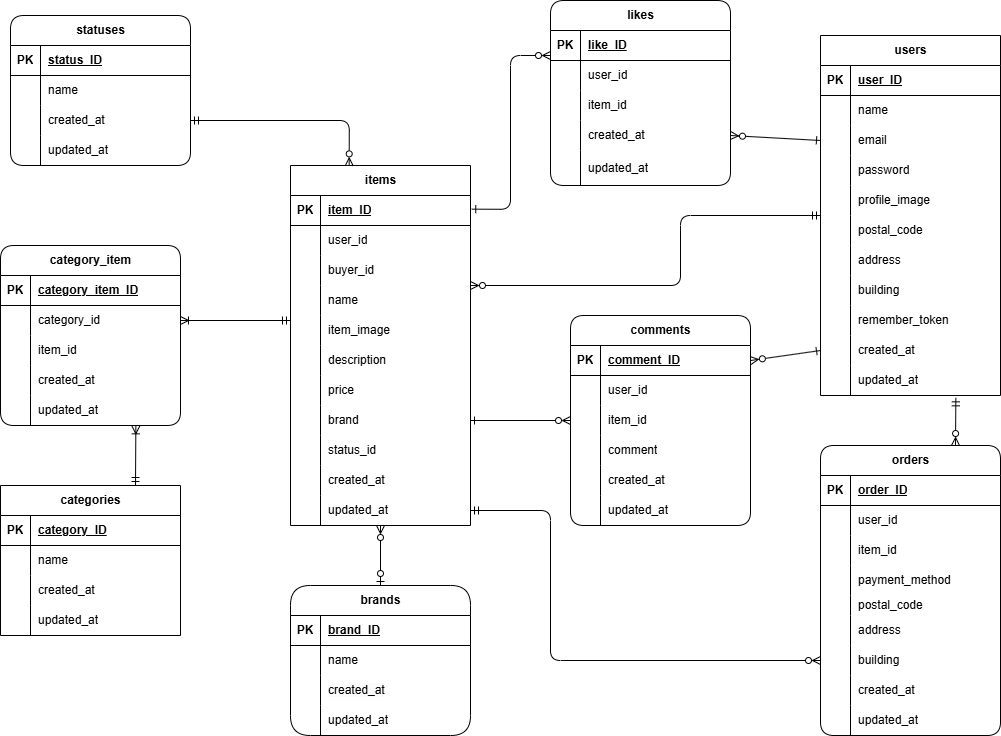
Earlier version of the draw.io export readme-assets/table.drawio.png (yoki229/COACHTECHfurima). Source tidied: cells renumbered, new cells last; positions are measured from the earlier drawing's top-left corner, leaving out a move shared by most shapes.
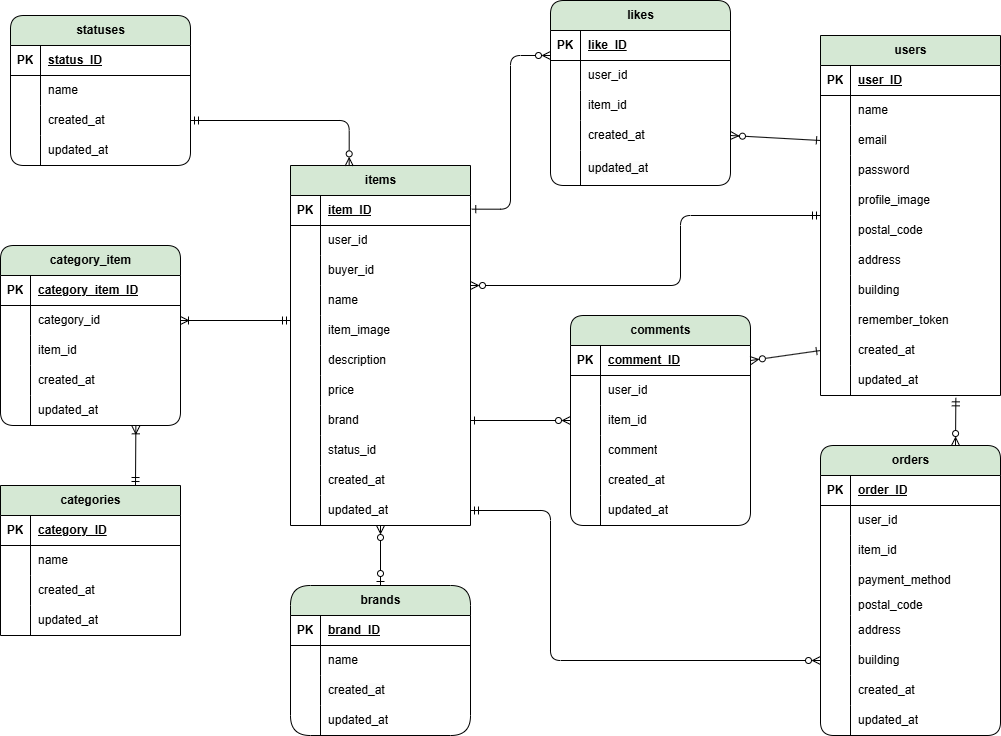
After the commit.

Commit message:
ER図整えました

The edit, as a diff of the source:
```diff
@@ -2,7 +2,7 @@
   <root>
     <mxCell id="0" />
     <mxCell id="1" parent="0" />
-    <mxCell id="2" value="users" style="shape=table;startSize=30;rowLines=0;fontStyle=1;align=center;html=1;" parent="1" vertex="1">
+    <mxCell id="2" value="users" style="shape=table;startSize=30;rowLines=0;fontStyle=1;align=center;html=1;fillColor=#d5e8d4;strokeColor=#000000;" parent="1" vertex="1">
       <mxGeometry x="820" y="35" width="180" height="360" as="geometry" />
     </mxCell>
     <mxCell id="3" style="shape=tableRow;horizontal=0;startSize=0;swimlaneHead=0;swimlaneBody=0;fillColor=none;top=0;left=0;right=0;bottom=1;" parent="2" vertex="1">
@@ -104,7 +104,7 @@
     <mxCell id="35" value="updated_at" style="shape=partialRectangle;fillColor=none;top=0;left=0;bottom=0;right=0;align=left;spacingLeft=6;overflow=hidden;whiteSpace=wrap;html=1;" parent="33" vertex="1">
       <mxGeometry x="30" width="150" height="30" as="geometry" />
     </mxCell>
-    <mxCell id="36" value="items" style="shape=table;startSize=30;rowLines=0;fontStyle=1;align=center;html=1;rounded=0;fillColor=default;" parent="1" vertex="1">
+    <mxCell id="36" value="items" style="shape=table;startSize=30;rowLines=0;fontStyle=1;align=center;html=1;rounded=0;fillColor=#d5e8d4;strokeColor=#000000;" parent="1" vertex="1">
       <mxGeometry x="290" y="165" width="180" height="360" as="geometry" />
     </mxCell>
     <mxCell id="37" style="shape=tableRow;horizontal=0;startSize=0;swimlaneHead=0;swimlaneBody=0;fillColor=none;top=0;left=0;right=0;bottom=1;" parent="36" vertex="1">
@@ -206,7 +206,7 @@
     <mxCell id="69" value="updated_at" style="shape=partialRectangle;fillColor=none;top=0;left=0;bottom=0;right=0;align=left;spacingLeft=6;overflow=hidden;whiteSpace=wrap;html=1;" parent="67" vertex="1">
       <mxGeometry x="30" width="150" height="30" as="geometry" />
     </mxCell>
-    <mxCell id="70" value="orders" style="shape=table;startSize=30;rowLines=0;fontStyle=1;align=center;html=1;rounded=1;" parent="1" vertex="1">
+    <mxCell id="70" value="orders" style="shape=table;startSize=30;rowLines=0;fontStyle=1;align=center;html=1;rounded=1;fillColor=#d5e8d4;strokeColor=#000000;" parent="1" vertex="1">
       <mxGeometry x="820" y="445" width="180" height="290" as="geometry" />
     </mxCell>
     <mxCell id="71" style="shape=tableRow;horizontal=0;startSize=0;swimlaneHead=0;swimlaneBody=0;fillColor=none;top=0;left=0;right=0;bottom=1;" parent="70" vertex="1">
@@ -290,7 +290,7 @@
     <mxCell id="97" value="&lt;span style=&quot;color: rgb(0, 0, 0);&quot;&gt;updated_at&lt;/span&gt;" style="shape=partialRectangle;fillColor=none;top=0;left=0;bottom=0;right=0;align=left;spacingLeft=6;overflow=hidden;whiteSpace=wrap;html=1;" parent="95" vertex="1">
       <mxGeometry x="30" width="150" height="30" as="geometry" />
     </mxCell>
-    <mxCell id="98" value="likes" style="shape=table;startSize=30;rowLines=0;fontStyle=1;align=center;html=1;rounded=1;" parent="1" vertex="1">
+    <mxCell id="98" value="likes" style="shape=table;startSize=30;rowLines=0;fontStyle=1;align=center;html=1;rounded=1;fillColor=#d5e8d4;strokeColor=#000000;" parent="1" vertex="1">
       <mxGeometry x="550" width="180" height="185" as="geometry" />
     </mxCell>
     <mxCell id="99" style="shape=tableRow;horizontal=0;startSize=0;swimlaneHead=0;swimlaneBody=0;fillColor=none;top=0;left=0;right=0;bottom=1;" parent="98" vertex="1">
@@ -338,7 +338,7 @@
     <mxCell id="113" value="&lt;span style=&quot;color: rgb(0, 0, 0); font-family: Helvetica; font-size: 12px; font-style: normal; font-variant-ligatures: normal; font-variant-caps: normal; font-weight: 400; letter-spacing: normal; orphans: 2; text-align: left; text-indent: 0px; text-transform: none; widows: 2; word-spacing: 0px; -webkit-text-stroke-width: 0px; white-space: normal; background-color: rgb(251, 251, 251); text-decoration-thickness: initial; text-decoration-style: initial; text-decoration-color: initial; float: none; display: inline !important;&quot;&gt;updated_at&lt;/span&gt;" style="shape=partialRectangle;fillColor=none;top=0;left=0;bottom=0;right=0;align=left;spacingLeft=6;overflow=hidden;whiteSpace=wrap;html=1;" parent="111" vertex="1">
       <mxGeometry x="30" width="150" height="35" as="geometry" />
     </mxCell>
-    <mxCell id="114" value="comments" style="shape=table;startSize=30;rowLines=0;fontStyle=1;align=center;html=1;rounded=1;" parent="1" vertex="1">
+    <mxCell id="114" value="comments" style="shape=table;startSize=30;rowLines=0;fontStyle=1;align=center;html=1;rounded=1;fillColor=#d5e8d4;strokeColor=#000000;" parent="1" vertex="1">
       <mxGeometry x="570" y="315" width="180" height="210" as="geometry" />
     </mxCell>
     <mxCell id="115" style="shape=tableRow;horizontal=0;startSize=0;swimlaneHead=0;swimlaneBody=0;fillColor=none;points=[[0,0.5],[1,0.5]];portConstraint=eastwest;top=0;left=0;right=0;bottom=1;" parent="114" vertex="1">
@@ -395,7 +395,7 @@
     <mxCell id="132" value="updated_at" style="shape=partialRectangle;fillColor=none;top=0;left=0;bottom=0;right=0;align=left;spacingLeft=6;overflow=hidden;whiteSpace=wrap;html=1;" parent="130" vertex="1">
       <mxGeometry x="30" width="150" height="30" as="geometry" />
     </mxCell>
-    <mxCell id="133" value="categories" style="shape=table;startSize=30;rowLines=0;fontStyle=1;align=center;html=1;" parent="1" vertex="1">
+    <mxCell id="133" value="categories" style="shape=table;startSize=30;rowLines=0;fontStyle=1;align=center;html=1;fillColor=#d5e8d4;strokeColor=#000000;" parent="1" vertex="1">
       <mxGeometry y="485" width="180" height="150" as="geometry" />
     </mxCell>
     <mxCell id="134" style="shape=tableRow;horizontal=0;startSize=0;swimlaneHead=0;swimlaneBody=0;fillColor=none;top=0;left=0;right=0;bottom=1;" parent="133" vertex="1">
@@ -434,7 +434,7 @@
     <mxCell id="145" value="&lt;span style=&quot;color: rgb(0, 0, 0);&quot;&gt;updated_at&lt;/span&gt;" style="shape=partialRectangle;fillColor=none;top=0;left=0;bottom=0;right=0;align=left;spacingLeft=6;overflow=hidden;whiteSpace=wrap;html=1;" parent="143" vertex="1">
       <mxGeometry x="30" width="150" height="30" as="geometry" />
     </mxCell>
-    <mxCell id="146" value="brands" style="shape=table;startSize=30;rowLines=0;fontStyle=1;align=center;html=1;rounded=1;arcSize=22;" parent="1" vertex="1">
+    <mxCell id="146" value="brands" style="shape=table;startSize=30;rowLines=0;fontStyle=1;align=center;html=1;rounded=1;arcSize=22;fillColor=#d5e8d4;strokeColor=#000000;" parent="1" vertex="1">
       <mxGeometry x="290" y="585" width="180" height="150" as="geometry" />
     </mxCell>
     <mxCell id="147" style="shape=tableRow;horizontal=0;startSize=0;swimlaneHead=0;swimlaneBody=0;fillColor=none;top=0;left=0;right=0;bottom=1;" parent="146" vertex="1">
@@ -473,7 +473,7 @@
     <mxCell id="158" value="&lt;span style=&quot;color: rgb(0, 0, 0);&quot;&gt;updated_at&lt;/span&gt;" style="shape=partialRectangle;fillColor=none;top=0;left=0;bottom=0;right=0;align=left;spacingLeft=6;overflow=hidden;whiteSpace=wrap;html=1;" parent="156" vertex="1">
       <mxGeometry x="30" width="150" height="30" as="geometry" />
     </mxCell>
-    <mxCell id="159" value="statuses" style="shape=table;startSize=30;rowLines=0;fontStyle=1;align=center;html=1;rounded=1;" parent="1" vertex="1">
+    <mxCell id="159" value="statuses" style="shape=table;startSize=30;rowLines=0;fontStyle=1;align=center;html=1;rounded=1;fillColor=#d5e8d4;strokeColor=#000000;" parent="1" vertex="1">
       <mxGeometry x="10" y="15" width="180" height="150" as="geometry" />
     </mxCell>
     <mxCell id="160" style="shape=tableRow;horizontal=0;startSize=0;swimlaneHead=0;swimlaneBody=0;fillColor=none;top=0;left=0;right=0;bottom=1;" parent="159" vertex="1">
@@ -512,7 +512,7 @@
     <mxCell id="171" value="&lt;span style=&quot;color: rgb(0, 0, 0);&quot;&gt;updated_at&lt;/span&gt;" style="shape=partialRectangle;fillColor=none;top=0;left=0;bottom=0;right=0;align=left;spacingLeft=6;overflow=hidden;whiteSpace=wrap;html=1;" parent="169" vertex="1">
       <mxGeometry x="30" width="150" height="30" as="geometry" />
     </mxCell>
-    <mxCell id="172" value="category_item" style="shape=table;startSize=30;rowLines=0;fontStyle=1;align=center;html=1;rounded=1;" parent="1" vertex="1">
+    <mxCell id="172" value="category_item" style="shape=table;startSize=30;rowLines=0;fontStyle=1;align=center;html=1;rounded=1;fillColor=#d5e8d4;strokeColor=light-dark(#000000, #446e2c);" parent="1" vertex="1">
       <mxGeometry y="245" width="180" height="180" as="geometry" />
     </mxCell>
     <mxCell id="173" style="shape=tableRow;horizontal=0;startSize=0;swimlaneHead=0;swimlaneBody=0;fillColor=none;top=0;left=0;right=0;bottom=1;" parent="172" vertex="1">
```
